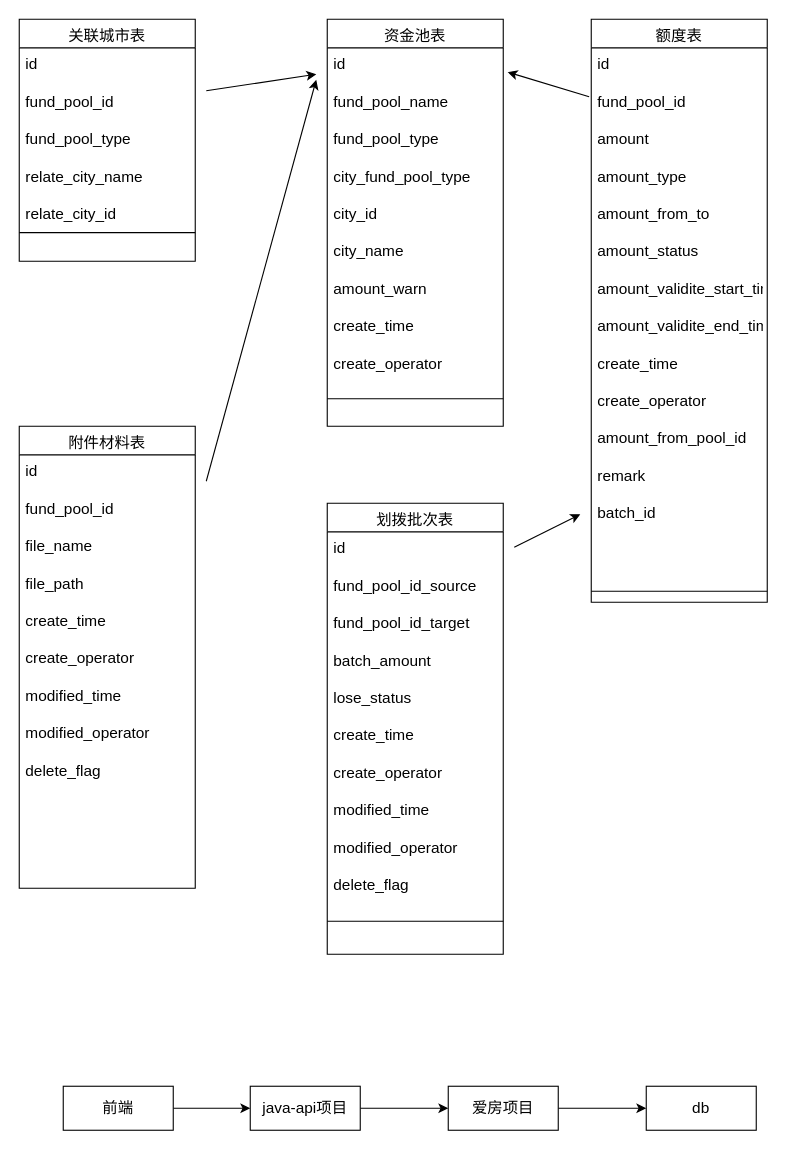
chenrushui/draw keeps this draw.io diagram as amount.drawio. Above is the earlier version. Source tidied: cells renumbered, new cells numbered last; positions are measured from the earlier drawing's top-left corner, leaving out a move shared by most shapes. Both pictures are drawn from the tidied source at 110%, with x=0, y=0 at pixel (19, 19).
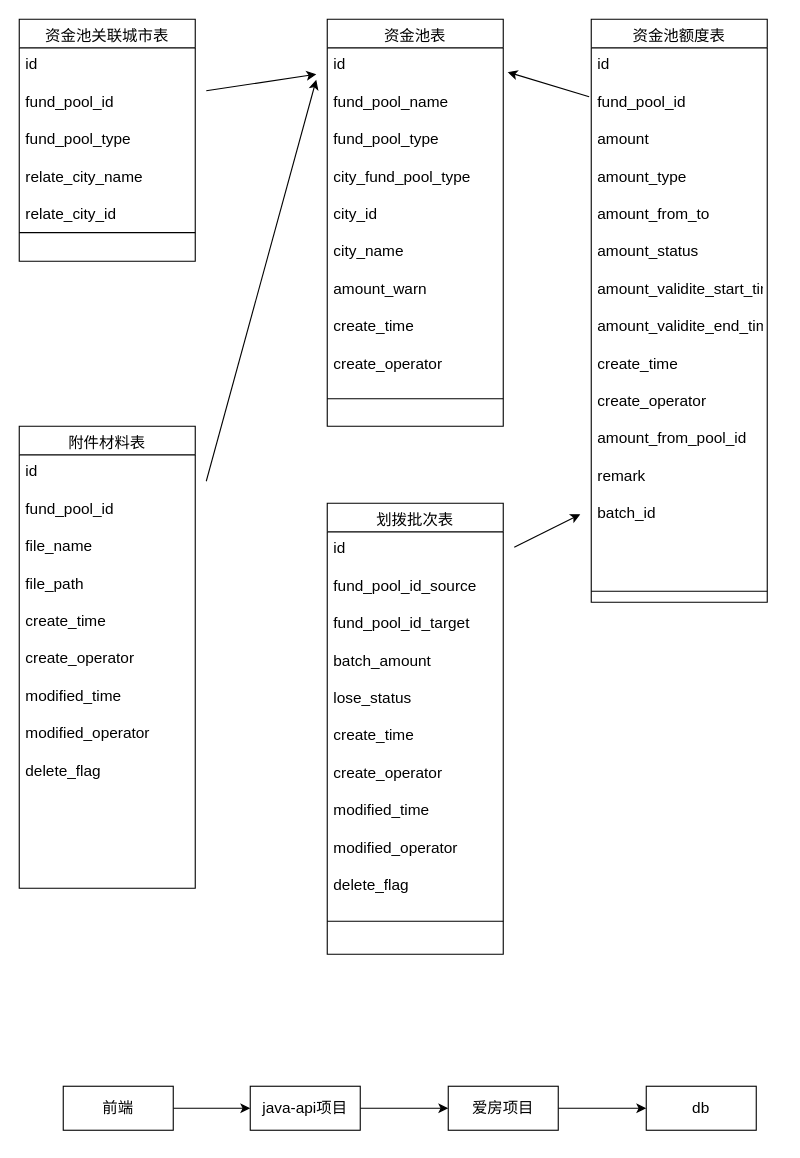
Above is the later version.

Diff of the diagram source:
```diff
@@
-    <mxCell id="5" value="额度表" style="swimlane;fontStyle=0;align=center;verticalAlign=top;horizontal=1;startSize=26;rounded=0;shadow=0;strokeWidth=1;fontSize=14;" parent="1" vertex="1">
+    <mxCell id="5" value="资金池额度表" style="swimlane;fontStyle=0;align=center;verticalAlign=top;horizontal=1;startSize=26;rounded=0;shadow=0;strokeWidth=1;fontSize=14;" parent="1" vertex="1">
       <mxGeometry x="520" width="160" height="530" as="geometry" />
     </mxCell>
@@
-    <mxCell id="10" value="关联城市表" style="swimlane;fontStyle=0;align=center;verticalAlign=top;horizontal=1;startSize=26;rounded=0;shadow=0;strokeWidth=1;fontSize=14;" parent="1" vertex="1">
+    <mxCell id="10" value="资金池关联城市表" style="swimlane;fontStyle=0;align=center;verticalAlign=top;horizontal=1;startSize=26;rounded=0;shadow=0;strokeWidth=1;fontSize=14;" parent="1" vertex="1">
       <mxGeometry width="160" height="220" as="geometry" />
     </mxCell>
```
